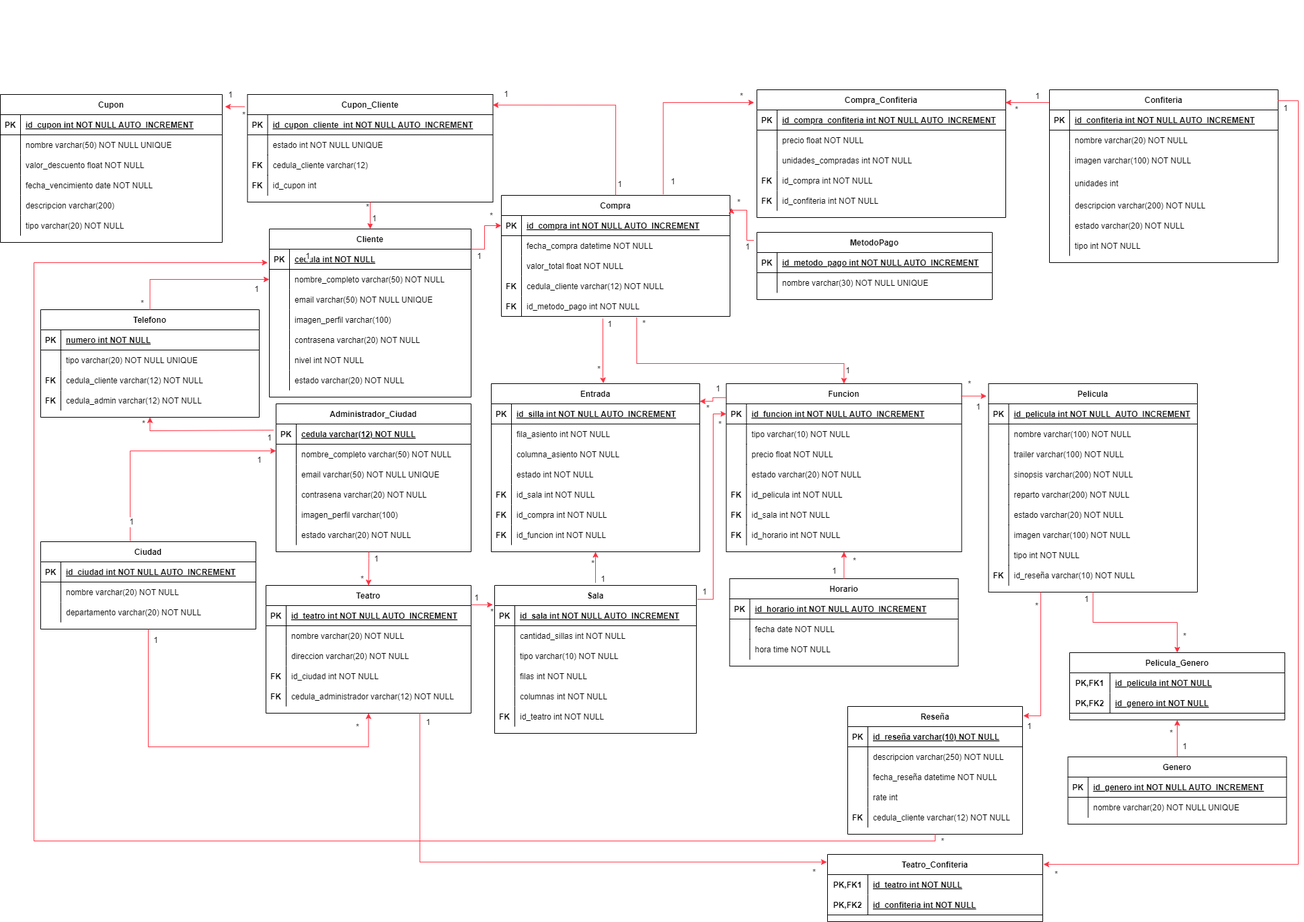
Above: business/src/main/java/phillips/cinema/assets/DATABASE_MODEL_PHILLIPSCINEMA.png in Juanflpz/PhillipsCinema (draw.io), before the change. Source tidied: cells renumbered, new cells last; positions are measured from the earlier drawing's top-left corner, leaving out a move shared by most shapes.
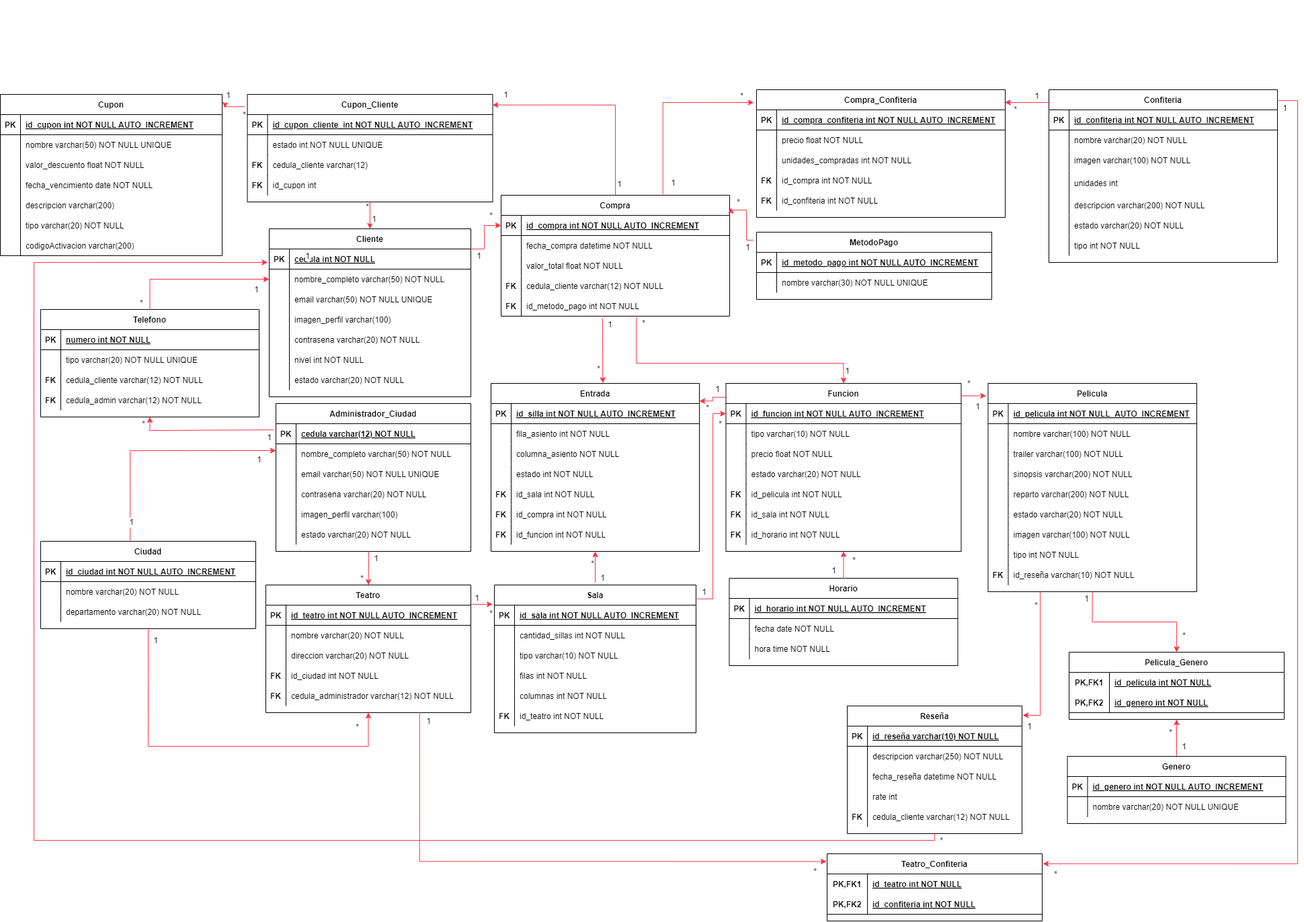
After the commit.

What changed in the source:
```diff
@@ -168,7 +168,7 @@
       <mxGeometry x="30" width="260" height="30" as="geometry" />
     </mxCell>
     <mxCell id="57" value="Cupon" style="shape=table;startSize=30;rowLines=0;fontStyle=1;align=center;" parent="1" vertex="1">
-      <mxGeometry y="140" width="330" height="220" as="geometry" />
+      <mxGeometry y="140" width="330" height="240" as="geometry" />
     </mxCell>
     <mxCell id="58" style="shape=partialRectangle;fillColor=none;top=0;left=0;right=0;bottom=1;" parent="57" vertex="1">
       <mxGeometry y="30" width="330" height="30" as="geometry" />
@@ -224,6 +224,15 @@
     <mxCell id="75" value="tipo varchar(20) NOT NULL" style="shape=partialRectangle;fillColor=none;top=0;left=0;bottom=0;right=0;align=left;spacingLeft=6;overflow=hidden;" parent="73" vertex="1">
       <mxGeometry x="30" width="300" height="30" as="geometry" />
     </mxCell>
+    <mxCell id="392" style="shape=tableRow;horizontal=0;startSize=0;swimlaneHead=0;swimlaneBody=0;fillColor=none;top=0;left=0;right=0;bottom=0;" parent="57" vertex="1">
+      <mxGeometry y="210" width="330" height="30" as="geometry" />
+    </mxCell>
+    <mxCell id="393" style="shape=partialRectangle;fillColor=none;top=0;left=0;bottom=0;right=0;overflow=hidden;" parent="392" vertex="1">
+      <mxGeometry width="30" height="30" as="geometry" />
+    </mxCell>
+    <mxCell id="394" value="codigoActivacion varchar(200) " style="shape=partialRectangle;fillColor=none;top=0;left=0;bottom=0;right=0;align=left;spacingLeft=6;overflow=hidden;" parent="392" vertex="1">
+      <mxGeometry x="30" width="300" height="30" as="geometry" />
+    </mxCell>
     <mxCell id="76" style="edgeStyle=orthogonalEdgeStyle;rounded=0;jettySize=auto;html=1;exitX=-0.013;exitY=0.305;exitDx=0;exitDy=0;entryX=0.5;entryY=1;entryDx=0;entryDy=0;strokeColor=#fe3041;exitPerimeter=0;" parent="1" edge="1" source="39" target="24">
       <mxGeometry relative="1" as="geometry" />
     </mxCell>
```
